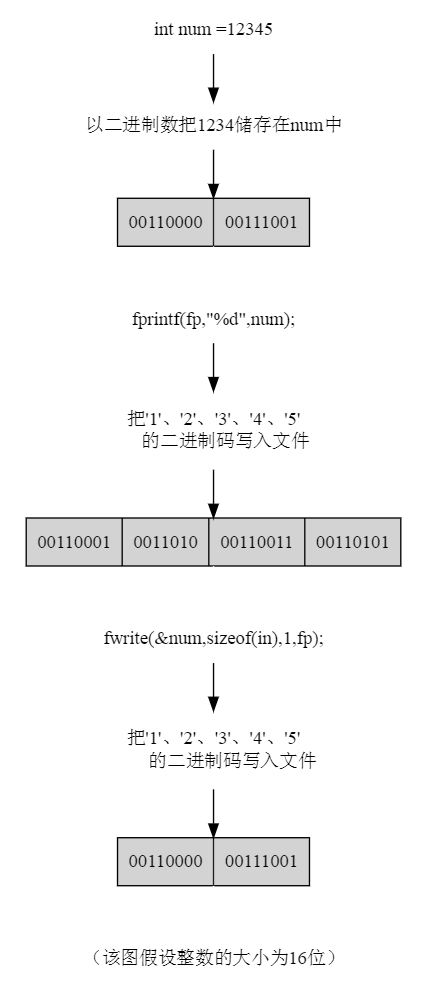
Earlier version of the Graphviz export ComputerScience/image/二进制输出与文本输出.png (zfz1120/LearningNotes). Its source is kept beside it as ComputerScience/image/二进制输出与文本输出.dot. Source of this version:
```dot
digraph g1
{

compound=true
subgraph f1
    {
      a1[label="int num =12345",style=unfilled,color=white]
      a2[label="以二进制数把1234储存在num中",style=unfilled,color=white]
      a1->a2
      a3[shape="record",style=filled,fillcolor=lightgray,color=black,label="<f0>00110000|<f1>00111001"]
      a2->a3
    }
subgraph f2
    {
      b1[label="fprintf(fp,\"%d\",num);",style=unfilled,color=white]
      b2[label="把'1'、'2'、'3'、'4'、'5'\
      的二进制码写入文件",style=unfilled,color=white]
      b1->b2
      b3[shape="record",style=filled,fillcolor=lightgray,color=black, label="
      <f0>00110001|<f1>0011010|<f2>00110011|<f3>00110101"]
      b2->b3
   }
  subgraph f3
       {
         c1[label="fwrite(&num,sizeof(in), 1, fp);",style=unfilled,color=white]
         c2[label="把'1'、'2'、'3'、'4'、'5'\
         的二进制码写入文件",style=unfilled,color=white]
         c1->c2
         c3[shape="record",style=filled,fillcolor=lightgray,color=black, label="
         <f0>00110000|<f1>00111001"]
         c2->c3
      }

a3->b1[color=white]
b3->c1[color=white]
d1[label="（该图假设整数的大小为16位）",color=white,stryle=unfilled]
c3->d1[color=white]

}
```
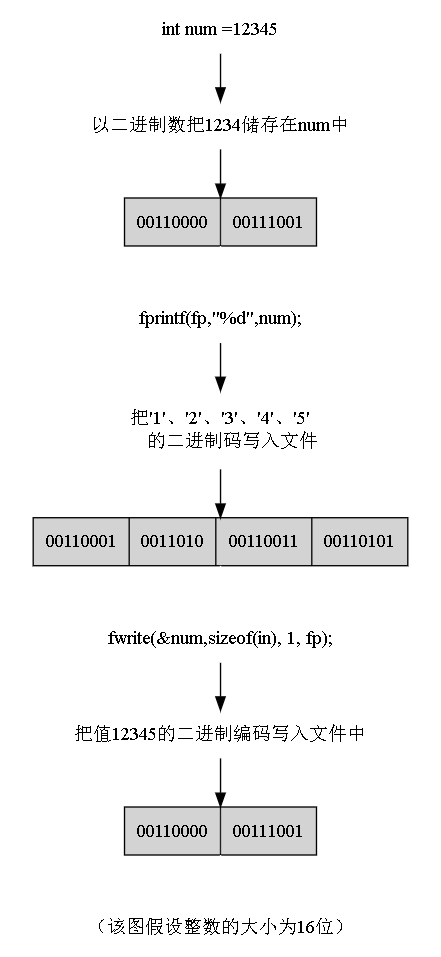
After the change.

What changed in the source:
```diff
@@ -23,8 +23,7 @@
   subgraph f3
        {
          c1[label="fwrite(&num,sizeof(in), 1, fp);",style=unfilled,color=white]
-         c2[label="把'1'、'2'、'3'、'4'、'5'\
-         的二进制码写入文件",style=unfilled,color=white]
+         c2[label="把值的二进制编码写入文件中",style=unfilled,color=white]
          c1->c2
          c3[shape="record",style=filled,fillcolor=lightgray,color=black, label="
          <f0>00110000|<f1>00111001"]
```
